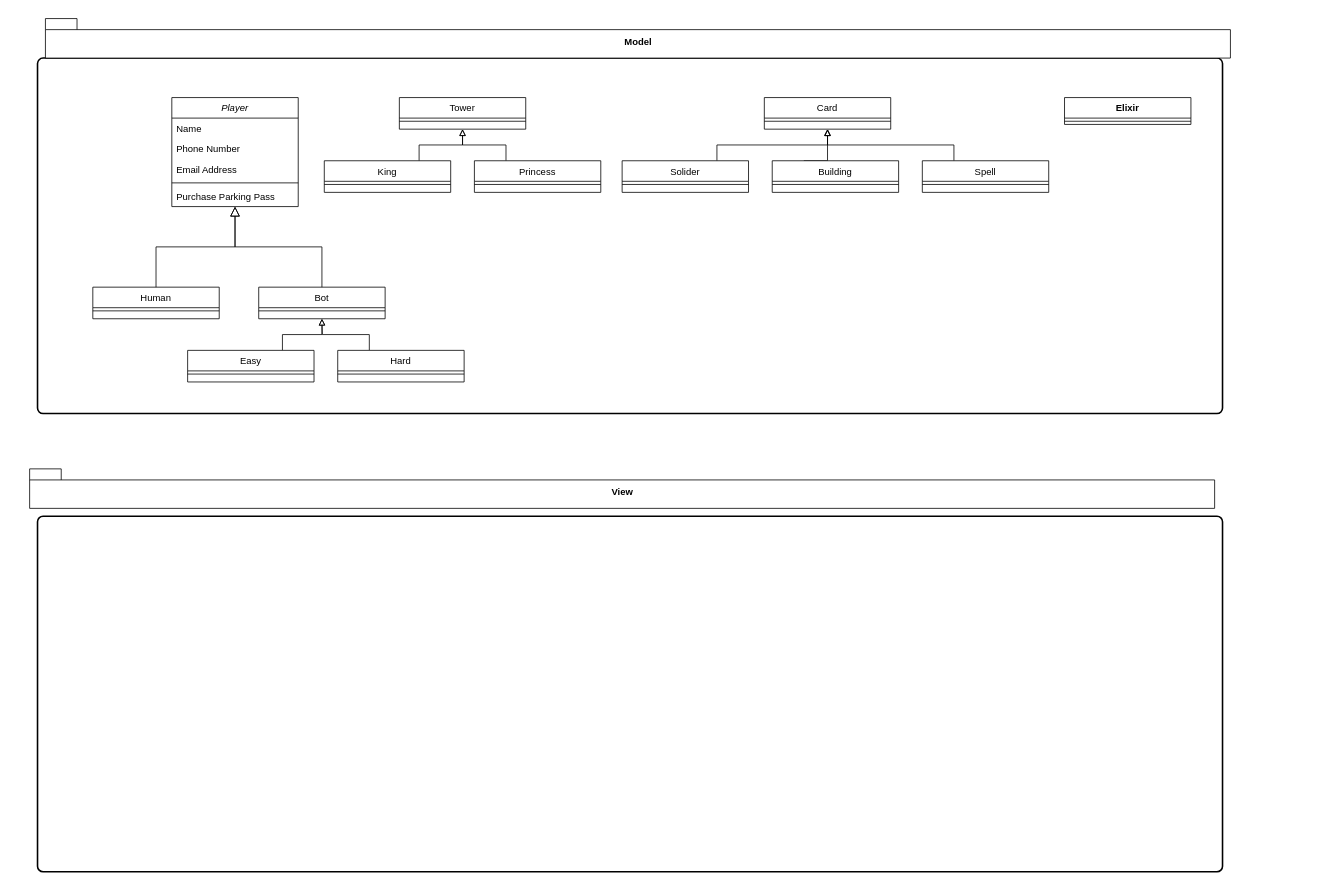
The draw.io diagram Clash Royale Class Diagram.drawio in pouyam79i/ClashRoyale, before the edit. Source tidied: cells renumbered, new cells numbered last; positions are measured from the earlier drawing's top-left corner, leaving out a move shared by most shapes. Both pictures are drawn from the tidied source at 79%, with x=0, y=0 at pixel (29, 18).
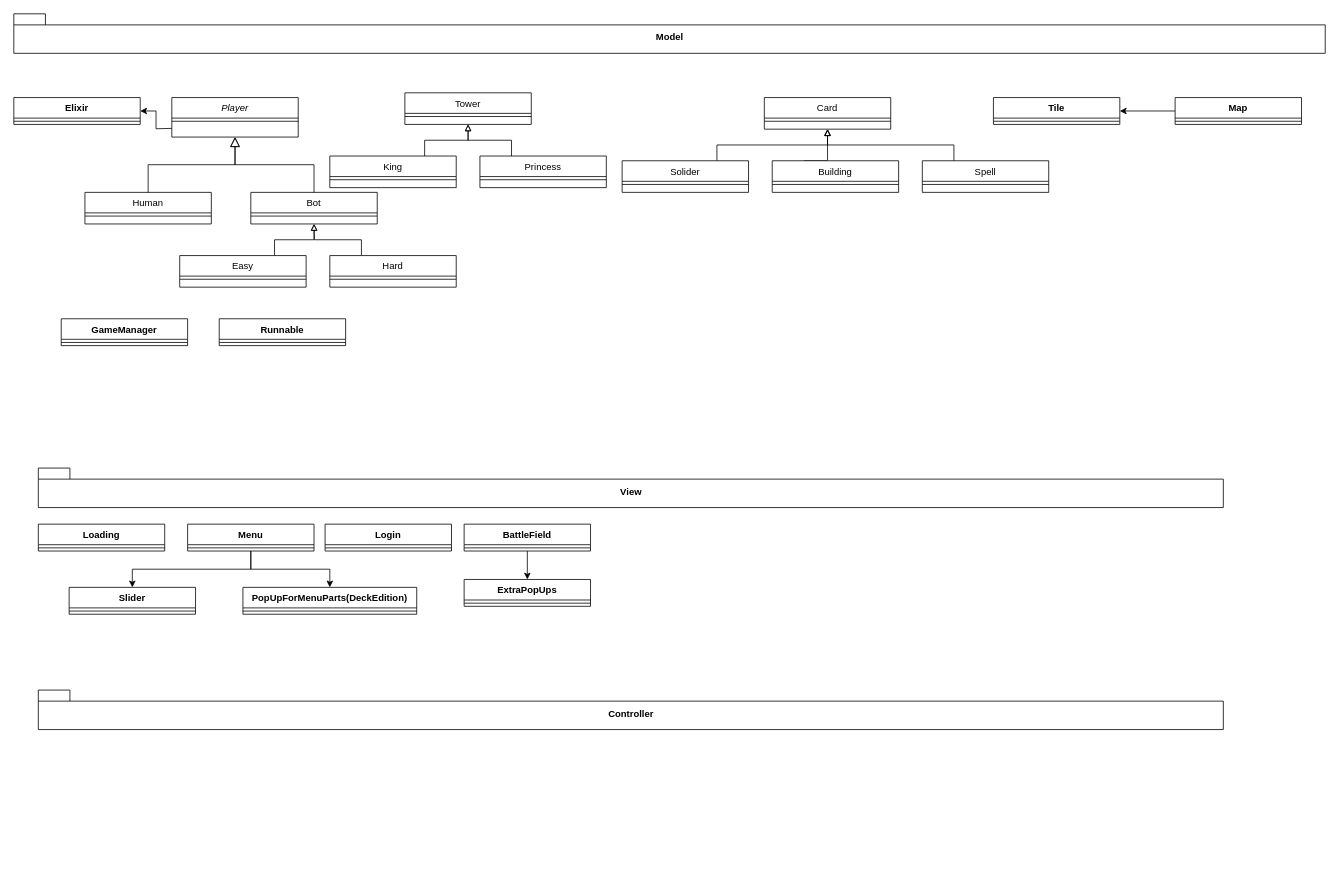
After the change.

Change to the diagram source:
```diff
@@
     <mxCell id="2" value="Player" style="swimlane;fontStyle=2;align=center;verticalAlign=top;horizontal=1;startSize=26;rounded=0;shadow=0;strokeWidth=1;" parent="1" vertex="1">
-      <mxGeometry x="180" y="100" width="160" height="138" as="geometry" />
+      <mxGeometry x="180" y="100" width="160" height="50" as="geometry" />
     </mxCell>
-    <mxCell id="3" value="Name" style="text;align=left;verticalAlign=top;spacingLeft=4;spacingRight=4;overflow=hidden;" parent="2" vertex="1">
-      <mxGeometry y="26" width="160" height="26" as="geometry" />
-    </mxCell>
-    <mxCell id="4" value="Phone Number" style="text;align=left;verticalAlign=top;spacingLeft=4;spacingRight=4;overflow=hidden;rounded=0;shadow=0;html=0;" parent="2" vertex="1">
-      <mxGeometry y="52" width="160" height="26" as="geometry" />
-    </mxCell>
-    <mxCell id="5" value="Email Address" style="text;align=left;verticalAlign=top;spacingLeft=4;spacingRight=4;overflow=hidden;rounded=0;shadow=0;html=0;" parent="2" vertex="1">
-      <mxGeometry y="78" width="160" height="26" as="geometry" />
-    </mxCell>
     <mxCell id="6" style="line;html=1;strokeWidth=1;align=left;verticalAlign=middle;spacingTop=-1;spacingLeft=3;spacingRight=3;labelPosition=right;" parent="2" vertex="1">
-      <mxGeometry y="104" width="160" height="8" as="geometry" />
+      <mxGeometry y="26" width="160" height="8" as="geometry" />
     </mxCell>
-    <mxCell id="7" value="Purchase Parking Pass" style="text;align=left;verticalAlign=top;spacingLeft=4;spacingRight=4;overflow=hidden;" parent="2" vertex="1">
-      <mxGeometry y="112" width="160" height="26" as="geometry" />
-    </mxCell>
     <mxCell id="8" value="Human" style="swimlane;fontStyle=0;align=center;verticalAlign=top;horizontal=1;startSize=26;rounded=0;shadow=0;strokeWidth=1;" parent="1" vertex="1">
-      <mxGeometry x="80" y="340" width="160" height="40" as="geometry" />
+      <mxGeometry x="70" y="220" width="160" height="40" as="geometry" />
     </mxCell>
@@
     <mxCell id="11" value="Bot" style="swimlane;fontStyle=0;align=center;verticalAlign=top;horizontal=1;startSize=26;rounded=0;shadow=0;strokeWidth=1;" parent="1" vertex="1">
-      <mxGeometry x="290" y="340" width="160" height="40" as="geometry" />
+      <mxGeometry x="280" y="220" width="160" height="40" as="geometry" />
     </mxCell>
@@
     <mxCell id="14" value="Tower" style="swimlane;fontStyle=0;align=center;verticalAlign=top;horizontal=1;startSize=26;rounded=0;shadow=0;strokeWidth=1;" parent="1" vertex="1">
-      <mxGeometry x="468" y="100" width="160" height="40" as="geometry" />
+      <mxGeometry x="475" y="94" width="160" height="40" as="geometry" />
     </mxCell>
@@
     <mxCell id="16" value="View" style="shape=folder;fontStyle=1;spacingTop=10;tabWidth=40;tabHeight=14;tabPosition=left;html=1;" parent="1" vertex="1">
-      <mxGeometry y="570" width="1500" height="50" as="geometry" />
+      <mxGeometry x="11" y="569" width="1500" height="50" as="geometry" />
     </mxCell>
@@
     <mxCell id="18" value="Easy&#10;" style="swimlane;fontStyle=0;align=center;verticalAlign=top;horizontal=1;startSize=26;rounded=0;shadow=0;strokeWidth=1;" parent="1" vertex="1">
-      <mxGeometry x="200" y="420" width="160" height="40" as="geometry" />
+      <mxGeometry x="190" y="300" width="160" height="40" as="geometry" />
     </mxCell>
@@
     <mxCell id="20" style="edgeStyle=orthogonalEdgeStyle;rounded=0;jettySize=auto;html=1;exitX=0.25;exitY=0;exitDx=0;exitDy=0;endArrow=block;endFill=0;" parent="1" edge="1" source="21">
       <mxGeometry relative="1" as="geometry">
-        <mxPoint x="370" y="380" as="targetPoint" />
+        <mxPoint x="360" y="260" as="targetPoint" />
       </mxGeometry>
     </mxCell>
     <mxCell id="21" value="Hard" style="swimlane;fontStyle=0;align=center;verticalAlign=top;horizontal=1;startSize=26;rounded=0;shadow=0;strokeWidth=1;" parent="1" vertex="1">
-      <mxGeometry x="390" y="420" width="160" height="40" as="geometry" />
+      <mxGeometry x="380" y="300" width="160" height="40" as="geometry" />
     </mxCell>
@@
     <mxCell id="24" value="King" style="swimlane;fontStyle=0;align=center;verticalAlign=top;horizontal=1;startSize=26;rounded=0;shadow=0;strokeWidth=1;" parent="1" vertex="1">
-      <mxGeometry x="373" y="180" width="160" height="40" as="geometry" />
+      <mxGeometry x="380" y="174" width="160" height="40" as="geometry" />
     </mxCell>
@@
     <mxCell id="27" value="Princess" style="swimlane;fontStyle=0;align=center;verticalAlign=top;horizontal=1;startSize=26;rounded=0;shadow=0;strokeWidth=1;" parent="1" vertex="1">
-      <mxGeometry x="563" y="180" width="160" height="40" as="geometry" />
+      <mxGeometry x="570" y="174" width="160" height="40" as="geometry" />
     </mxCell>
@@
+    <mxCell id="43" value="Model" style="shape=folder;fontStyle=1;spacingTop=10;tabWidth=40;tabHeight=14;tabPosition=left;html=1;" parent="1" vertex="1">
+      <mxGeometry x="-20" y="-6" width="1660" height="50" as="geometry" />
+    </mxCell>
+    <mxCell id="45" value="Tile" style="swimlane;fontStyle=1;align=center;verticalAlign=top;horizontal=1;startSize=26;" parent="1" vertex="1">
+      <mxGeometry x="1220" y="100" width="160" height="34" as="geometry" />
+    </mxCell>
+    <mxCell id="46" style="line;strokeWidth=1;fillColor=none;align=left;verticalAlign=middle;spacingTop=-1;spacingLeft=3;spacingRight=3;labelPosition=right;" parent="45" vertex="1">
+      <mxGeometry y="26" width="160" height="8" as="geometry" />
+    </mxCell>
+    <mxCell id="47" style="edgeStyle=orthogonalEdgeStyle;rounded=0;jettySize=auto;html=1;exitX=0;exitY=0.5;exitDx=0;exitDy=0;endArrow=classic;endFill=1;" parent="1" edge="1" source="48" target="45">
+      <mxGeometry relative="1" as="geometry" />
+    </mxCell>
+    <mxCell id="48" value="Map" style="swimlane;fontStyle=1;align=center;verticalAlign=top;horizontal=1;startSize=26;" parent="1" vertex="1">
+      <mxGeometry x="1450" y="100" width="160" height="34" as="geometry" />
+    </mxCell>
+    <mxCell id="49" style="line;strokeWidth=1;fillColor=none;align=left;verticalAlign=middle;spacingTop=-1;spacingLeft=3;spacingRight=3;labelPosition=right;" parent="48" vertex="1">
+      <mxGeometry y="26" width="160" height="8" as="geometry" />
+    </mxCell>
     <mxCell id="40" value="Elixir" style="swimlane;fontStyle=1;align=center;verticalAlign=top;horizontal=1;startSize=26;" parent="1" vertex="1">
-      <mxGeometry x="1310" y="100" width="160" height="34" as="geometry" />
+      <mxGeometry x="-20" y="100" width="160" height="34" as="geometry" />
     </mxCell>
-    <mxCell id="41" style="line;strokeWidth=1;fillColor=none;align=left;verticalAlign=middle;spacingTop=-1;spacingLeft=3;spacingRight=3;labelPosition=right;" parent="40" vertex="1">
-      <mxGeometry y="26" width="160" height="8" as="geometry" />
-    </mxCell>
-    <mxCell id="42" style="rounded=1;whiteSpace=wrap;html=1;absoluteArcSize=1;arcSize=14;strokeWidth=2;fillColor=none;gradientColor=none;" parent="1" vertex="1">
-      <mxGeometry x="10" y="50" width="1500" height="450" as="geometry" />
-    </mxCell>
-    <mxCell id="43" value="Model" style="shape=folder;fontStyle=1;spacingTop=10;tabWidth=40;tabHeight=14;tabPosition=left;html=1;" parent="1" vertex="1">
-      <mxGeometry x="20" width="1500" height="50" as="geometry" />
-    </mxCell>
-    <mxCell id="44" style="rounded=1;whiteSpace=wrap;html=1;absoluteArcSize=1;arcSize=14;strokeWidth=2;fillColor=none;gradientColor=none;" parent="1" vertex="1">
-      <mxGeometry x="10" y="630" width="1500" height="450" as="geometry" />
-    </mxCell>
+    <mxCell id="50" style="line;strokeWidth=1;fillColor=none;align=left;verticalAlign=middle;spacingTop=-1;spacingLeft=3;spacingRight=3;labelPosition=right;" parent="40" vertex="1">
+      <mxGeometry y="26" width="160" height="8" as="geometry" />
+    </mxCell>
+    <mxCell id="51" style="edgeStyle=orthogonalEdgeStyle;rounded=0;jettySize=auto;html=1;exitX=0;exitY=0.5;exitDx=0;exitDy=0;entryX=1;entryY=0.5;entryDx=0;entryDy=0;endArrow=classic;endFill=1;" parent="1" edge="1" target="40">
+      <mxGeometry relative="1" as="geometry">
+        <mxPoint x="180" y="139" as="sourcePoint" />
+      </mxGeometry>
+    </mxCell>
+    <mxCell id="52" value="GameManager&#10;" style="swimlane;fontStyle=1;align=center;verticalAlign=top;horizontal=1;startSize=26;fillColor=none;gradientColor=none;" parent="1" vertex="1">
+      <mxGeometry x="40" y="380" width="160" height="34" as="geometry" />
+    </mxCell>
+    <mxCell id="53" style="line;strokeWidth=1;fillColor=none;align=left;verticalAlign=middle;spacingTop=-1;spacingLeft=3;spacingRight=3;labelPosition=right;" parent="52" vertex="1">
+      <mxGeometry y="26" width="160" height="8" as="geometry" />
+    </mxCell>
+    <mxCell id="54" value="Runnable&#10;" style="swimlane;fontStyle=1;align=center;verticalAlign=top;horizontal=1;startSize=26;fillColor=none;gradientColor=none;" parent="1" vertex="1">
+      <mxGeometry x="240" y="380" width="160" height="34" as="geometry" />
+    </mxCell>
+    <mxCell id="55" style="line;strokeWidth=1;fillColor=none;align=left;verticalAlign=middle;spacingTop=-1;spacingLeft=3;spacingRight=3;labelPosition=right;" parent="54" vertex="1">
+      <mxGeometry y="26" width="160" height="8" as="geometry" />
+    </mxCell>
+    <mxCell id="56" value="Loading" style="swimlane;fontStyle=1;align=center;verticalAlign=top;horizontal=1;startSize=26;fillColor=none;gradientColor=none;" parent="1" vertex="1">
+      <mxGeometry x="11" y="640" width="160" height="34" as="geometry" />
+    </mxCell>
+    <mxCell id="57" style="line;strokeWidth=1;fillColor=none;align=left;verticalAlign=middle;spacingTop=-1;spacingLeft=3;spacingRight=3;labelPosition=right;" parent="56" vertex="1">
+      <mxGeometry y="26" width="160" height="8" as="geometry" />
+    </mxCell>
+    <mxCell id="58" style="edgeStyle=orthogonalEdgeStyle;rounded=0;jettySize=auto;html=1;exitX=0.5;exitY=1;exitDx=0;exitDy=0;entryX=0.5;entryY=0;entryDx=0;entryDy=0;endArrow=classic;endFill=1;" parent="1" edge="1" source="60" target="67">
+      <mxGeometry relative="1" as="geometry" />
+    </mxCell>
+    <mxCell id="59" style="edgeStyle=orthogonalEdgeStyle;rounded=0;jettySize=auto;html=1;exitX=0.5;exitY=1;exitDx=0;exitDy=0;endArrow=classic;endFill=1;" parent="1" edge="1" source="60" target="72">
+      <mxGeometry relative="1" as="geometry" />
+    </mxCell>
+    <mxCell id="60" value="Menu" style="swimlane;fontStyle=1;align=center;verticalAlign=top;horizontal=1;startSize=26;fillColor=none;gradientColor=none;" parent="1" vertex="1">
+      <mxGeometry x="200" y="640" width="160" height="34" as="geometry" />
+    </mxCell>
+    <mxCell id="61" style="line;strokeWidth=1;fillColor=none;align=left;verticalAlign=middle;spacingTop=-1;spacingLeft=3;spacingRight=3;labelPosition=right;" parent="60" vertex="1">
+      <mxGeometry y="26" width="160" height="8" as="geometry" />
+    </mxCell>
+    <mxCell id="62" value="Login" style="swimlane;fontStyle=1;align=center;verticalAlign=top;horizontal=1;startSize=26;fillColor=none;gradientColor=none;" parent="1" vertex="1">
+      <mxGeometry x="374" y="640" width="160" height="34" as="geometry" />
+    </mxCell>
+    <mxCell id="63" style="line;strokeWidth=1;fillColor=none;align=left;verticalAlign=middle;spacingTop=-1;spacingLeft=3;spacingRight=3;labelPosition=right;" parent="62" vertex="1">
+      <mxGeometry y="26" width="160" height="8" as="geometry" />
+    </mxCell>
+    <mxCell id="64" style="edgeStyle=orthogonalEdgeStyle;rounded=0;jettySize=auto;html=1;exitX=0.5;exitY=1;exitDx=0;exitDy=0;entryX=0.5;entryY=0;entryDx=0;entryDy=0;endArrow=classic;endFill=1;" parent="1" edge="1" source="65" target="69">
+      <mxGeometry relative="1" as="geometry" />
+    </mxCell>
+    <mxCell id="65" value="BattleField" style="swimlane;fontStyle=1;align=center;verticalAlign=top;horizontal=1;startSize=26;fillColor=none;gradientColor=none;" parent="1" vertex="1">
+      <mxGeometry x="550" y="640" width="160" height="34" as="geometry" />
+    </mxCell>
+    <mxCell id="66" style="line;strokeWidth=1;fillColor=none;align=left;verticalAlign=middle;spacingTop=-1;spacingLeft=3;spacingRight=3;labelPosition=right;" parent="65" vertex="1">
+      <mxGeometry y="26" width="160" height="8" as="geometry" />
+    </mxCell>
+    <mxCell id="67" value="Slider" style="swimlane;fontStyle=1;align=center;verticalAlign=top;horizontal=1;startSize=26;fillColor=none;gradientColor=none;" parent="1" vertex="1">
+      <mxGeometry x="50" y="720" width="160" height="34" as="geometry" />
+    </mxCell>
+    <mxCell id="68" style="line;strokeWidth=1;fillColor=none;align=left;verticalAlign=middle;spacingTop=-1;spacingLeft=3;spacingRight=3;labelPosition=right;" parent="67" vertex="1">
+      <mxGeometry y="26" width="160" height="8" as="geometry" />
+    </mxCell>
+    <mxCell id="69" value="ExtraPopUps" style="swimlane;fontStyle=1;align=center;verticalAlign=top;horizontal=1;startSize=26;fillColor=none;gradientColor=none;" parent="1" vertex="1">
+      <mxGeometry x="550" y="710" width="160" height="34" as="geometry" />
+    </mxCell>
+    <mxCell id="70" style="line;strokeWidth=1;fillColor=none;align=left;verticalAlign=middle;spacingTop=-1;spacingLeft=3;spacingRight=3;labelPosition=right;" parent="69" vertex="1">
+      <mxGeometry y="26" width="160" height="8" as="geometry" />
+    </mxCell>
+    <mxCell id="71" value="Controller" style="shape=folder;fontStyle=1;spacingTop=10;tabWidth=40;tabHeight=14;tabPosition=left;html=1;" parent="1" vertex="1">
+      <mxGeometry x="11" y="850" width="1500" height="50" as="geometry" />
+    </mxCell>
+    <mxCell id="72" value="PopUpForMenuParts(DeckEdition)" style="swimlane;fontStyle=1;align=center;verticalAlign=top;horizontal=1;startSize=26;fillColor=none;gradientColor=none;" parent="1" vertex="1">
+      <mxGeometry x="270" y="720" width="220" height="34" as="geometry" />
+    </mxCell>
+    <mxCell id="73" style="line;strokeWidth=1;fillColor=none;align=left;verticalAlign=middle;spacingTop=-1;spacingLeft=3;spacingRight=3;labelPosition=right;" parent="72" vertex="1">
+      <mxGeometry y="26" width="220" height="8" as="geometry" />
+    </mxCell>
```
